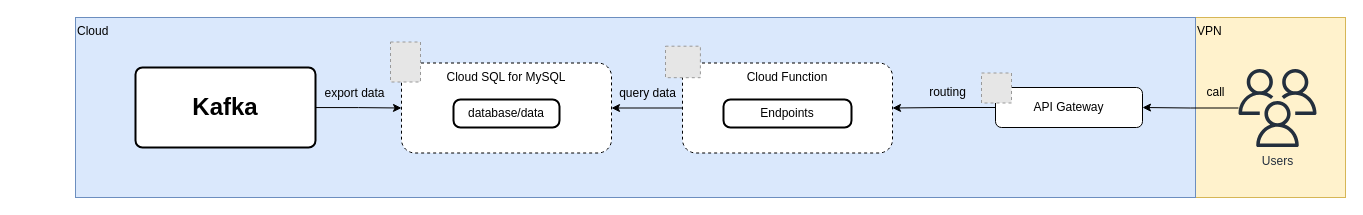
wunyu/drawio keeps this draw.io diagram as api-srr.drawio. Above is the earlier version. Source tidied: cells renumbered, new cells numbered last; positions are measured from the earlier drawing's top-left corner, leaving out a move shared by most shapes. Both pictures are drawn from the tidied source at 100%, with x=0, y=0 at pixel (75, 17). Pictures stored in the file or linked from it are replaced by grey dashed boxes.
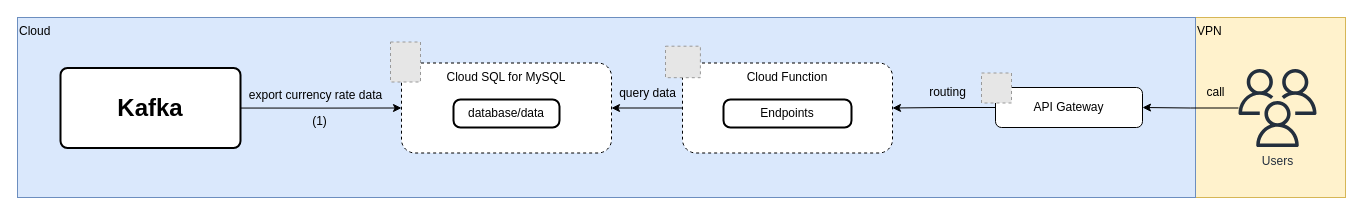
The same page after the edit.

Change to the diagram source:
```diff
@@
     <mxCell id="3" value="Cloud" style="rounded=0;whiteSpace=wrap;html=1;align=left;verticalAlign=top;fillColor=#dae8fc;strokeColor=#6c8ebf;" parent="1" vertex="1">
-      <mxGeometry width="1120" height="180" as="geometry" />
+      <mxGeometry x="-58" width="1178" height="180" as="geometry" />
     </mxCell>
@@
     <mxCell id="14" value="&lt;font style=&quot;font-size: 24px;&quot;&gt;&lt;b&gt;Kafka&lt;/b&gt;&lt;/font&gt;" style="rounded=1;whiteSpace=wrap;html=1;absoluteArcSize=1;arcSize=14;strokeWidth=2;" parent="1" vertex="1">
-      <mxGeometry x="60" y="50" width="180" height="80.1" as="geometry" />
+      <mxGeometry x="-15" y="50.5" width="180" height="80.1" as="geometry" />
     </mxCell>
@@
-    <mxCell id="16" value="export data" style="text;html=1;align=center;verticalAlign=middle;strokeColor=none;fillColor=none;" parent="1" vertex="1">
-      <mxGeometry x="239" y="60.5" width="80" height="30" as="geometry" />
+    <mxCell id="16" value="export currency rate data" style="text;html=1;align=center;verticalAlign=middle;strokeColor=none;fillColor=none;" parent="1" vertex="1">
+      <mxGeometry x="164" y="65.2" width="151" height="26" as="geometry" />
     </mxCell>
@@
+    <mxCell id="22" value="(1)" style="text;html=1;align=center;verticalAlign=middle;strokeColor=none;fillColor=none;" parent="1" vertex="1">
+      <mxGeometry x="227" y="91" width="33" height="26" as="geometry" />
+    </mxCell>
```
